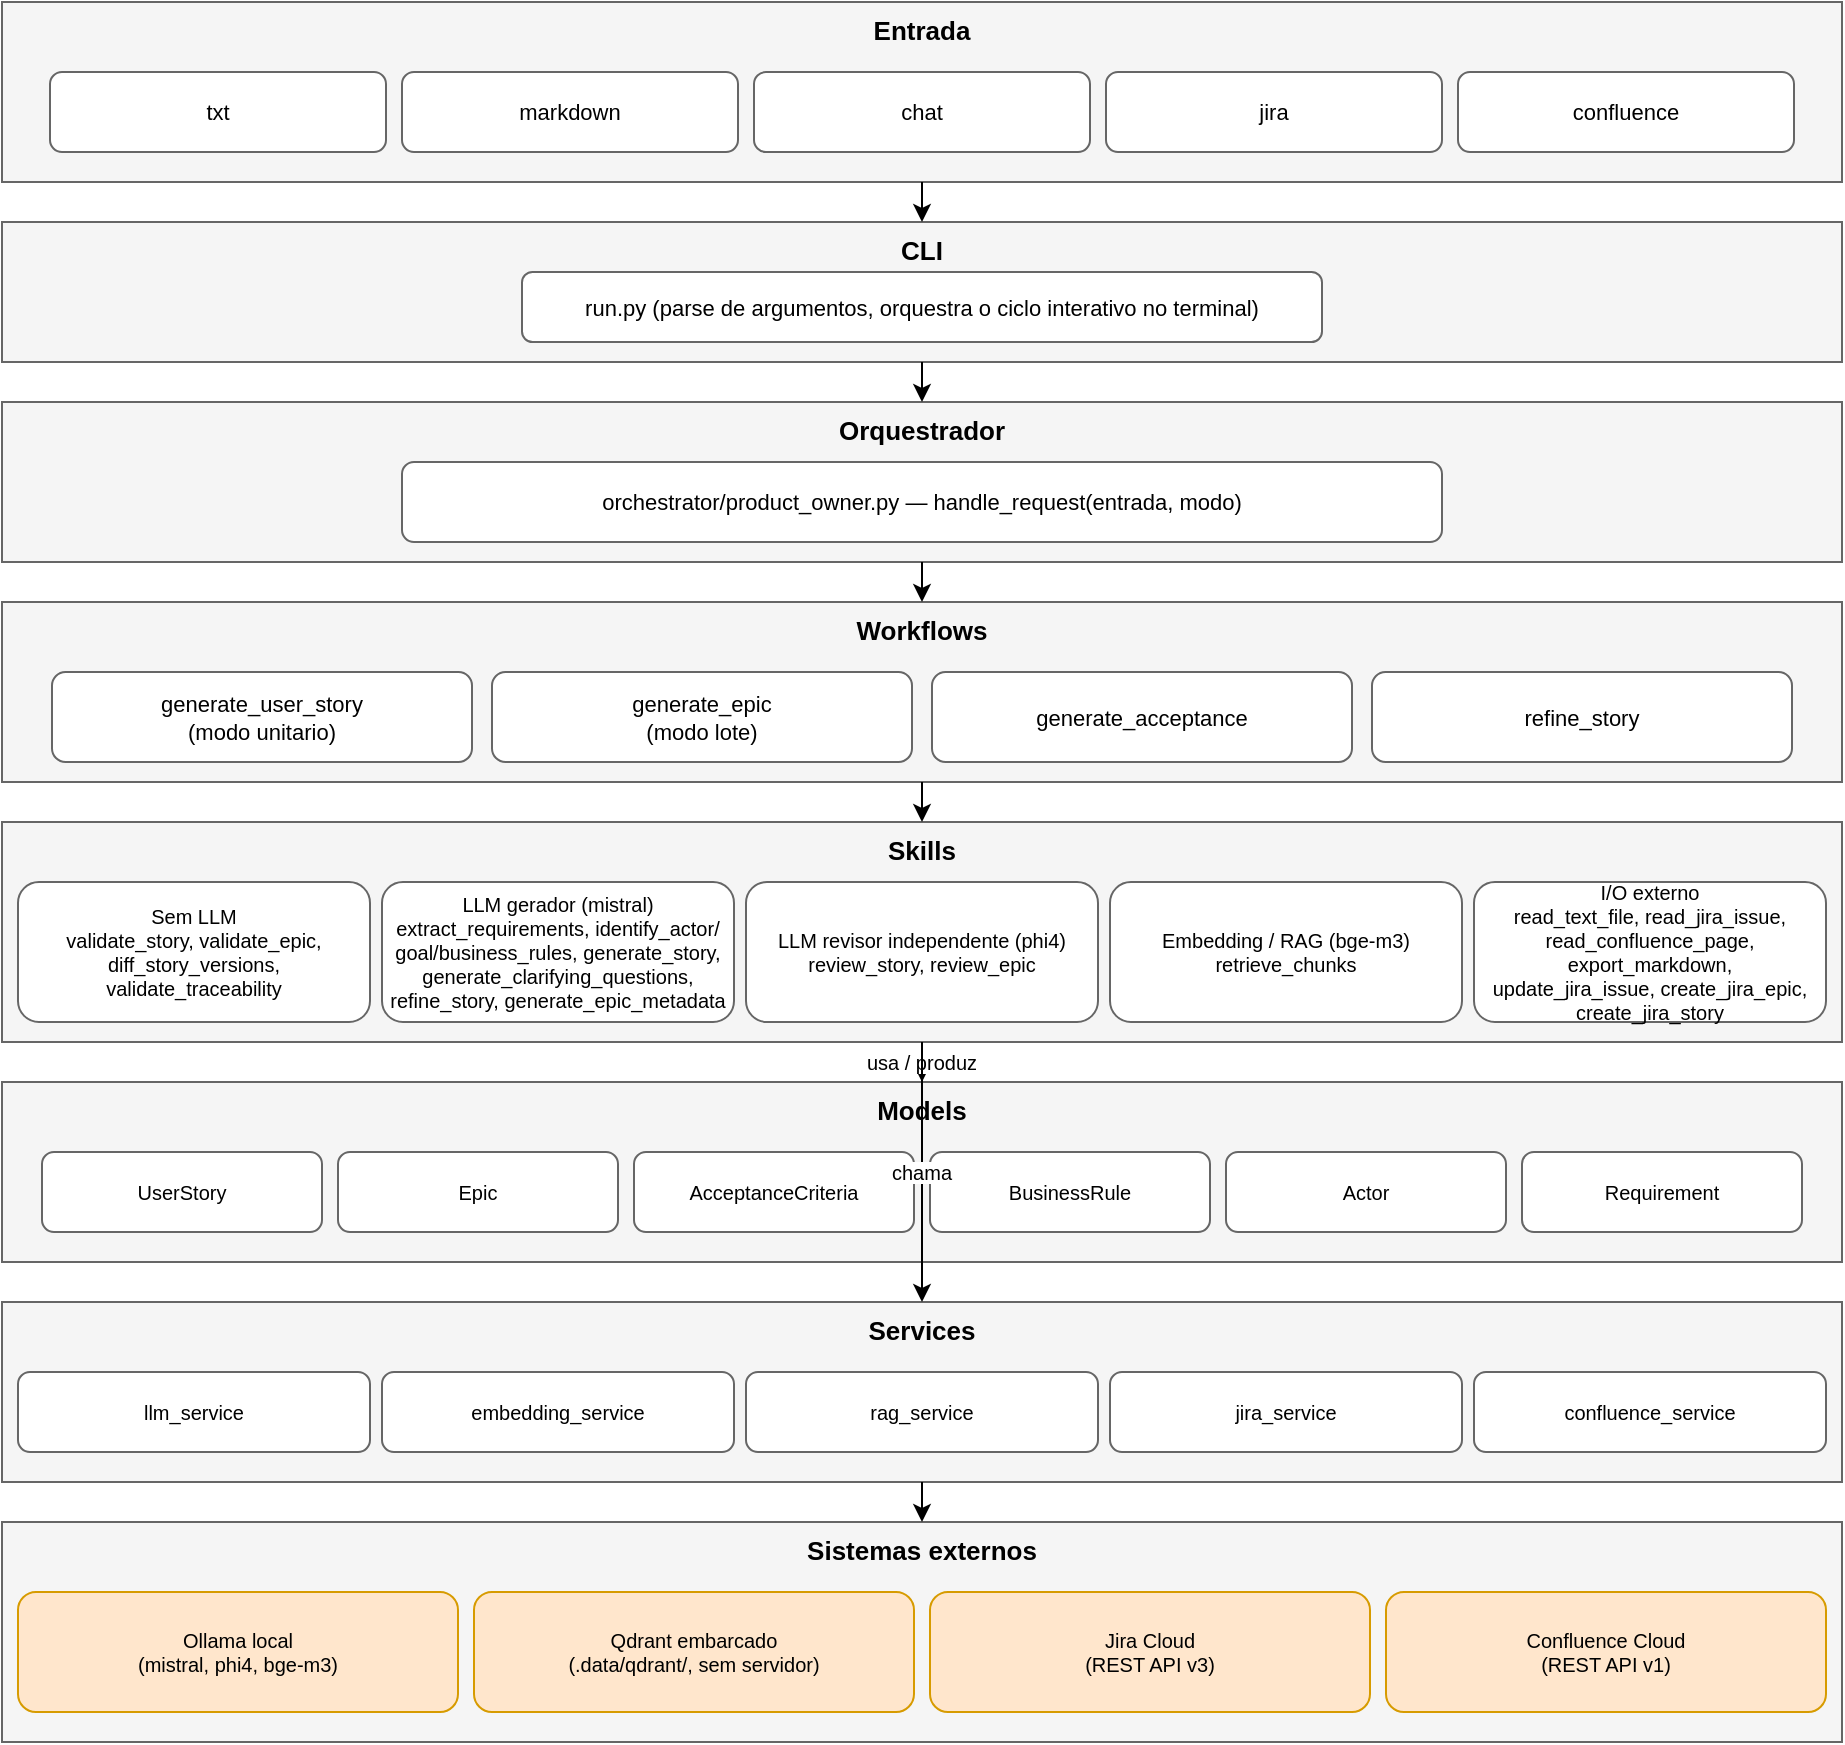
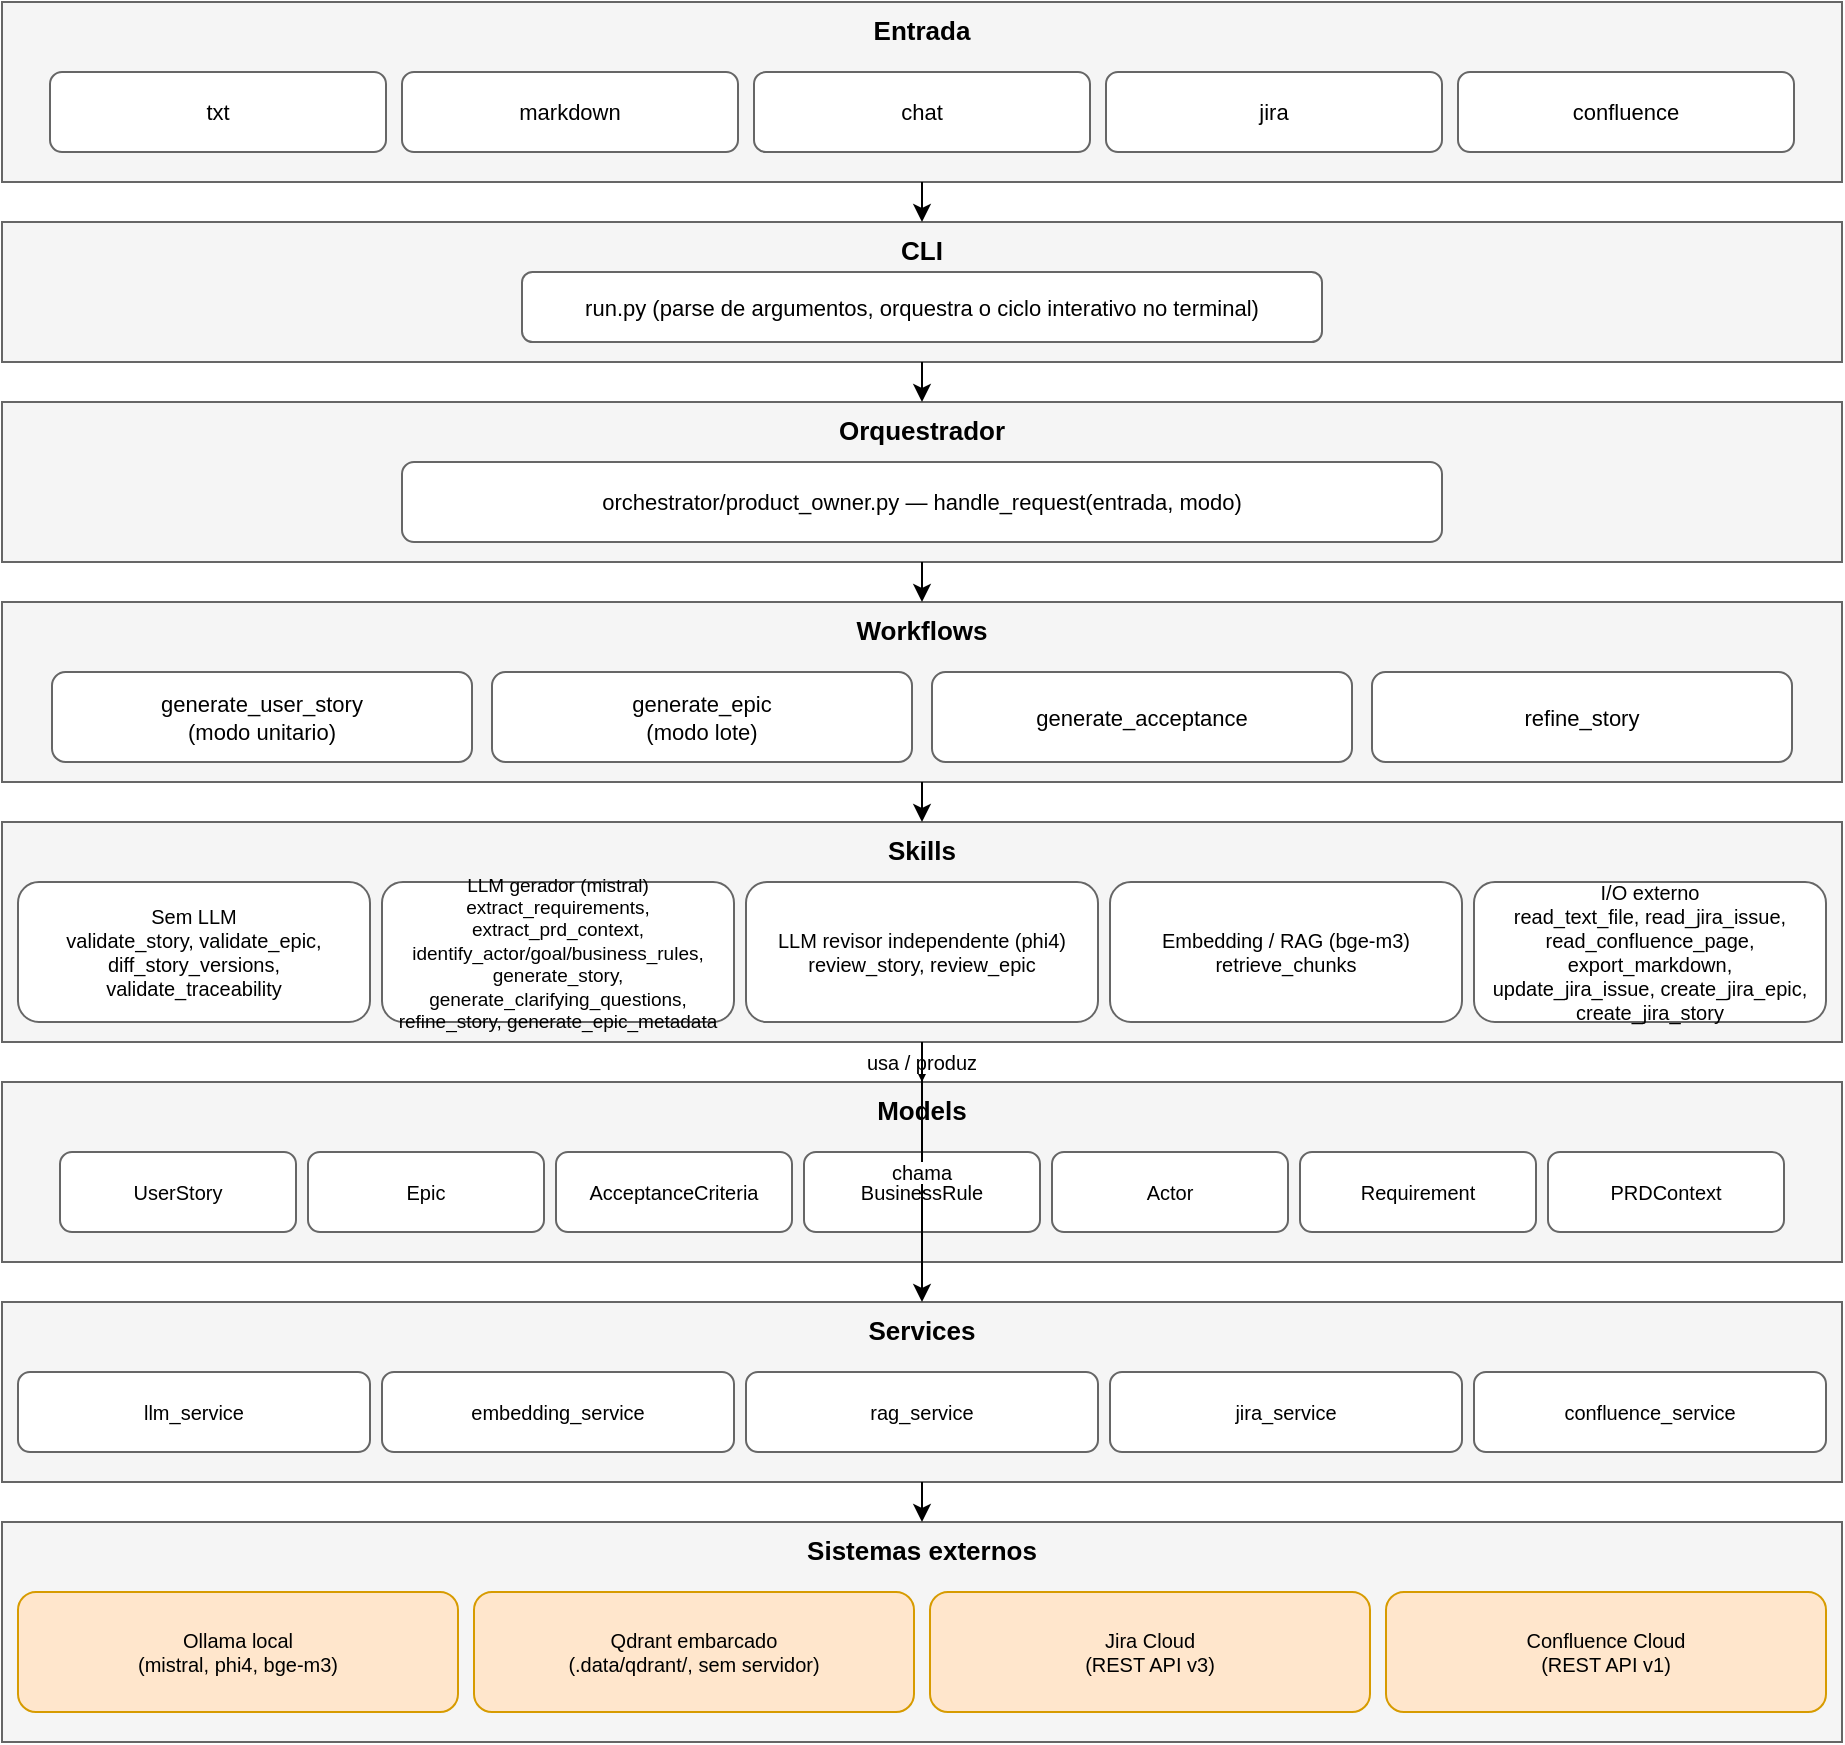
<?xml version="1.0" encoding="UTF-8"?>
<mxfile host="app.diagrams.net" agent="AQuA-QE Product Owner" version="24.0.0" type="device">
  <diagram id="camadas" name="1 - Arquitetura em camadas">
    <mxGraphModel dx="1200" dy="800" grid="1" gridSize="10" guides="1" tooltips="1" connect="1" arrows="1" fold="1" page="1" pageScale="1" pageWidth="1000" pageHeight="950" math="0" shadow="0">
      <root>
        <mxCell id="0" />
        <mxCell id="1" parent="0" />

        <mxCell id="bandEntrada" value="Entrada" style="rounded=0;whiteSpace=wrap;fillColor=#f5f5f5;strokeColor=#666666;verticalAlign=top;fontSize=13;fontStyle=1;container=1;collapsible=0;" vertex="1" parent="1">
          <mxGeometry x="40" y="40" width="920" height="90" as="geometry" />
        </mxCell>
        <mxCell id="ent1" value="txt" style="rounded=1;whiteSpace=wrap;fillColor=#ffffff;strokeColor=#666666;fontSize=11;" vertex="1" parent="bandEntrada">
          <mxGeometry x="24" y="35" width="168" height="40" as="geometry" />
        </mxCell>
        <mxCell id="ent2" value="markdown" style="rounded=1;whiteSpace=wrap;fillColor=#ffffff;strokeColor=#666666;fontSize=11;" vertex="1" parent="bandEntrada">
          <mxGeometry x="200" y="35" width="168" height="40" as="geometry" />
        </mxCell>
        <mxCell id="ent3" value="chat" style="rounded=1;whiteSpace=wrap;fillColor=#ffffff;strokeColor=#666666;fontSize=11;" vertex="1" parent="bandEntrada">
          <mxGeometry x="376" y="35" width="168" height="40" as="geometry" />
        </mxCell>
        <mxCell id="ent4" value="jira" style="rounded=1;whiteSpace=wrap;fillColor=#ffffff;strokeColor=#666666;fontSize=11;" vertex="1" parent="bandEntrada">
          <mxGeometry x="552" y="35" width="168" height="40" as="geometry" />
        </mxCell>
        <mxCell id="ent5" value="confluence" style="rounded=1;whiteSpace=wrap;fillColor=#ffffff;strokeColor=#666666;fontSize=11;" vertex="1" parent="bandEntrada">
          <mxGeometry x="728" y="35" width="168" height="40" as="geometry" />
        </mxCell>

        <mxCell id="bandCLI" value="CLI" style="rounded=0;whiteSpace=wrap;fillColor=#f5f5f5;strokeColor=#666666;verticalAlign=top;fontSize=13;fontStyle=1;container=1;collapsible=0;" vertex="1" parent="1">
          <mxGeometry x="40" y="150" width="920" height="70" as="geometry" />
        </mxCell>
        <mxCell id="cli1" value="run.py (parse de argumentos, orquestra o ciclo interativo no terminal)" style="rounded=1;whiteSpace=wrap;fillColor=#ffffff;strokeColor=#666666;fontSize=11;" vertex="1" parent="bandCLI">
          <mxGeometry x="260" y="25" width="400" height="35" as="geometry" />
        </mxCell>

        <mxCell id="bandOrq" value="Orquestrador" style="rounded=0;whiteSpace=wrap;fillColor=#f5f5f5;strokeColor=#666666;verticalAlign=top;fontSize=13;fontStyle=1;container=1;collapsible=0;" vertex="1" parent="1">
          <mxGeometry x="40" y="240" width="920" height="80" as="geometry" />
        </mxCell>
        <mxCell id="orq1" value="orchestrator/product_owner.py — handle_request(entrada, modo)" style="rounded=1;whiteSpace=wrap;fillColor=#ffffff;strokeColor=#666666;fontSize=11;" vertex="1" parent="bandOrq">
          <mxGeometry x="200" y="30" width="520" height="40" as="geometry" />
        </mxCell>

        <mxCell id="bandWorkflows" value="Workflows" style="rounded=0;whiteSpace=wrap;fillColor=#f5f5f5;strokeColor=#666666;verticalAlign=top;fontSize=13;fontStyle=1;container=1;collapsible=0;" vertex="1" parent="1">
          <mxGeometry x="40" y="340" width="920" height="90" as="geometry" />
        </mxCell>
        <mxCell id="wf1" value="generate_user_story&#10;(modo unitario)" style="rounded=1;whiteSpace=wrap;fillColor=#ffffff;strokeColor=#666666;fontSize=11;" vertex="1" parent="bandWorkflows">
          <mxGeometry x="25" y="35" width="210" height="45" as="geometry" />
        </mxCell>
        <mxCell id="wf2" value="generate_epic&#10;(modo lote)" style="rounded=1;whiteSpace=wrap;fillColor=#ffffff;strokeColor=#666666;fontSize=11;" vertex="1" parent="bandWorkflows">
          <mxGeometry x="245" y="35" width="210" height="45" as="geometry" />
        </mxCell>
        <mxCell id="wf3" value="generate_acceptance" style="rounded=1;whiteSpace=wrap;fillColor=#ffffff;strokeColor=#666666;fontSize=11;" vertex="1" parent="bandWorkflows">
          <mxGeometry x="465" y="35" width="210" height="45" as="geometry" />
        </mxCell>
        <mxCell id="wf4" value="refine_story" style="rounded=1;whiteSpace=wrap;fillColor=#ffffff;strokeColor=#666666;fontSize=11;" vertex="1" parent="bandWorkflows">
          <mxGeometry x="685" y="35" width="210" height="45" as="geometry" />
        </mxCell>

        <mxCell id="bandSkills" value="Skills" style="rounded=0;whiteSpace=wrap;fillColor=#f5f5f5;strokeColor=#666666;verticalAlign=top;fontSize=13;fontStyle=1;container=1;collapsible=0;" vertex="1" parent="1">
          <mxGeometry x="40" y="450" width="920" height="110" as="geometry" />
        </mxCell>
        <mxCell id="sk1" value="Sem LLM&#10;validate_story, validate_epic,&#10;diff_story_versions,&#10;validate_traceability" style="rounded=1;whiteSpace=wrap;fillColor=#ffffff;strokeColor=#666666;fontSize=10;" vertex="1" parent="bandSkills">
          <mxGeometry x="8" y="30" width="176" height="70" as="geometry" />
        </mxCell>
-         <mxCell id="sk2" value="LLM gerador (mistral)&#10;extract_requirements, identify_actor/&#10;goal/business_rules, generate_story,&#10;generate_clarifying_questions,&#10;refine_story, generate_epic_metadata" style="rounded=1;whiteSpace=wrap;fillColor=#ffffff;strokeColor=#666666;fontSize=10;" vertex="1" parent="bandSkills">
+         <mxCell id="sk2" value="LLM gerador (mistral)&#10;extract_requirements, extract_prd_context,&#10;identify_actor/goal/business_rules,&#10;generate_story, generate_clarifying_questions,&#10;refine_story, generate_epic_metadata" style="rounded=1;whiteSpace=wrap;fillColor=#ffffff;strokeColor=#666666;fontSize=9.5;" vertex="1" parent="bandSkills">
          <mxGeometry x="190" y="30" width="176" height="70" as="geometry" />
        </mxCell>
        <mxCell id="sk3" value="LLM revisor independente (phi4)&#10;review_story, review_epic" style="rounded=1;whiteSpace=wrap;fillColor=#ffffff;strokeColor=#666666;fontSize=10;" vertex="1" parent="bandSkills">
          <mxGeometry x="372" y="30" width="176" height="70" as="geometry" />
        </mxCell>
        <mxCell id="sk4" value="Embedding / RAG (bge-m3)&#10;retrieve_chunks" style="rounded=1;whiteSpace=wrap;fillColor=#ffffff;strokeColor=#666666;fontSize=10;" vertex="1" parent="bandSkills">
          <mxGeometry x="554" y="30" width="176" height="70" as="geometry" />
        </mxCell>
        <mxCell id="sk5" value="I/O externo&#10;read_text_file, read_jira_issue,&#10;read_confluence_page, export_markdown,&#10;update_jira_issue, create_jira_epic,&#10;create_jira_story" style="rounded=1;whiteSpace=wrap;fillColor=#ffffff;strokeColor=#666666;fontSize=10;" vertex="1" parent="bandSkills">
          <mxGeometry x="736" y="30" width="176" height="70" as="geometry" />
        </mxCell>

        <mxCell id="bandModels" value="Models" style="rounded=0;whiteSpace=wrap;fillColor=#f5f5f5;strokeColor=#666666;verticalAlign=top;fontSize=13;fontStyle=1;container=1;collapsible=0;" vertex="1" parent="1">
          <mxGeometry x="40" y="580" width="920" height="90" as="geometry" />
        </mxCell>
        <mxCell id="mdl1" value="UserStory" style="rounded=1;whiteSpace=wrap;fillColor=#ffffff;strokeColor=#666666;fontSize=10;" vertex="1" parent="bandModels">
-           <mxGeometry x="20" y="35" width="140" height="40" as="geometry" />
+           <mxGeometry x="29" y="35" width="118" height="40" as="geometry" />
        </mxCell>
        <mxCell id="mdl2" value="Epic" style="rounded=1;whiteSpace=wrap;fillColor=#ffffff;strokeColor=#666666;fontSize=10;" vertex="1" parent="bandModels">
-           <mxGeometry x="168" y="35" width="140" height="40" as="geometry" />
+           <mxGeometry x="153" y="35" width="118" height="40" as="geometry" />
        </mxCell>
        <mxCell id="mdl3" value="AcceptanceCriteria" style="rounded=1;whiteSpace=wrap;fillColor=#ffffff;strokeColor=#666666;fontSize=10;" vertex="1" parent="bandModels">
-           <mxGeometry x="316" y="35" width="140" height="40" as="geometry" />
+           <mxGeometry x="277" y="35" width="118" height="40" as="geometry" />
        </mxCell>
        <mxCell id="mdl4" value="BusinessRule" style="rounded=1;whiteSpace=wrap;fillColor=#ffffff;strokeColor=#666666;fontSize=10;" vertex="1" parent="bandModels">
-           <mxGeometry x="464" y="35" width="140" height="40" as="geometry" />
+           <mxGeometry x="401" y="35" width="118" height="40" as="geometry" />
        </mxCell>
        <mxCell id="mdl5" value="Actor" style="rounded=1;whiteSpace=wrap;fillColor=#ffffff;strokeColor=#666666;fontSize=10;" vertex="1" parent="bandModels">
-           <mxGeometry x="612" y="35" width="140" height="40" as="geometry" />
+           <mxGeometry x="525" y="35" width="118" height="40" as="geometry" />
        </mxCell>
        <mxCell id="mdl6" value="Requirement" style="rounded=1;whiteSpace=wrap;fillColor=#ffffff;strokeColor=#666666;fontSize=10;" vertex="1" parent="bandModels">
-           <mxGeometry x="760" y="35" width="140" height="40" as="geometry" />
+           <mxGeometry x="649" y="35" width="118" height="40" as="geometry" />
+         </mxCell>
+         <mxCell id="mdl7" value="PRDContext" style="rounded=1;whiteSpace=wrap;fillColor=#ffffff;strokeColor=#666666;fontSize=10;" vertex="1" parent="bandModels">
+           <mxGeometry x="773" y="35" width="118" height="40" as="geometry" />
        </mxCell>

        <mxCell id="bandServices" value="Services" style="rounded=0;whiteSpace=wrap;fillColor=#f5f5f5;strokeColor=#666666;verticalAlign=top;fontSize=13;fontStyle=1;container=1;collapsible=0;" vertex="1" parent="1">
          <mxGeometry x="40" y="690" width="920" height="90" as="geometry" />
        </mxCell>
        <mxCell id="svc1" value="llm_service" style="rounded=1;whiteSpace=wrap;fillColor=#ffffff;strokeColor=#666666;fontSize=10;" vertex="1" parent="bandServices">
          <mxGeometry x="8" y="35" width="176" height="40" as="geometry" />
        </mxCell>
        <mxCell id="svc2" value="embedding_service" style="rounded=1;whiteSpace=wrap;fillColor=#ffffff;strokeColor=#666666;fontSize=10;" vertex="1" parent="bandServices">
          <mxGeometry x="190" y="35" width="176" height="40" as="geometry" />
        </mxCell>
        <mxCell id="svc3" value="rag_service" style="rounded=1;whiteSpace=wrap;fillColor=#ffffff;strokeColor=#666666;fontSize=10;" vertex="1" parent="bandServices">
          <mxGeometry x="372" y="35" width="176" height="40" as="geometry" />
        </mxCell>
        <mxCell id="svc4" value="jira_service" style="rounded=1;whiteSpace=wrap;fillColor=#ffffff;strokeColor=#666666;fontSize=10;" vertex="1" parent="bandServices">
          <mxGeometry x="554" y="35" width="176" height="40" as="geometry" />
        </mxCell>
        <mxCell id="svc5" value="confluence_service" style="rounded=1;whiteSpace=wrap;fillColor=#ffffff;strokeColor=#666666;fontSize=10;" vertex="1" parent="bandServices">
          <mxGeometry x="736" y="35" width="176" height="40" as="geometry" />
        </mxCell>

        <mxCell id="bandExternos" value="Sistemas externos" style="rounded=0;whiteSpace=wrap;fillColor=#f5f5f5;strokeColor=#666666;verticalAlign=top;fontSize=13;fontStyle=1;container=1;collapsible=0;" vertex="1" parent="1">
          <mxGeometry x="40" y="800" width="920" height="110" as="geometry" />
        </mxCell>
        <mxCell id="ext1" value="Ollama local&#10;(mistral, phi4, bge-m3)" style="rounded=1;whiteSpace=wrap;fillColor=#ffe6cc;strokeColor=#d79b00;fontSize=10;" vertex="1" parent="bandExternos">
          <mxGeometry x="8" y="35" width="220" height="60" as="geometry" />
        </mxCell>
        <mxCell id="ext2" value="Qdrant embarcado&#10;(.data/qdrant/, sem servidor)" style="rounded=1;whiteSpace=wrap;fillColor=#ffe6cc;strokeColor=#d79b00;fontSize=10;" vertex="1" parent="bandExternos">
          <mxGeometry x="236" y="35" width="220" height="60" as="geometry" />
        </mxCell>
        <mxCell id="ext3" value="Jira Cloud&#10;(REST API v3)" style="rounded=1;whiteSpace=wrap;fillColor=#ffe6cc;strokeColor=#d79b00;fontSize=10;" vertex="1" parent="bandExternos">
          <mxGeometry x="464" y="35" width="220" height="60" as="geometry" />
        </mxCell>
        <mxCell id="ext4" value="Confluence Cloud&#10;(REST API v1)" style="rounded=1;whiteSpace=wrap;fillColor=#ffe6cc;strokeColor=#d79b00;fontSize=10;" vertex="1" parent="bandExternos">
          <mxGeometry x="692" y="35" width="220" height="60" as="geometry" />
        </mxCell>

        <mxCell id="e1" style="edgeStyle=orthogonalEdgeStyle;rounded=0;" edge="1" parent="1" source="bandEntrada" target="bandCLI"><mxGeometry relative="1" as="geometry" /></mxCell>
        <mxCell id="e2" style="edgeStyle=orthogonalEdgeStyle;rounded=0;" edge="1" parent="1" source="bandCLI" target="bandOrq"><mxGeometry relative="1" as="geometry" /></mxCell>
        <mxCell id="e3" style="edgeStyle=orthogonalEdgeStyle;rounded=0;" edge="1" parent="1" source="bandOrq" target="bandWorkflows"><mxGeometry relative="1" as="geometry" /></mxCell>
        <mxCell id="e4" style="edgeStyle=orthogonalEdgeStyle;rounded=0;" edge="1" parent="1" source="bandWorkflows" target="bandSkills"><mxGeometry relative="1" as="geometry" /></mxCell>
        <mxCell id="e5" value="usa / produz" style="edgeStyle=orthogonalEdgeStyle;rounded=0;fontSize=10;" edge="1" parent="1" source="bandSkills" target="bandModels"><mxGeometry relative="1" as="geometry" /></mxCell>
        <mxCell id="e6" value="chama" style="edgeStyle=orthogonalEdgeStyle;rounded=0;fontSize=10;" edge="1" parent="1" source="bandSkills" target="bandServices"><mxGeometry relative="1" as="geometry" /></mxCell>
        <mxCell id="e7" style="edgeStyle=orthogonalEdgeStyle;rounded=0;" edge="1" parent="1" source="bandServices" target="bandExternos"><mxGeometry relative="1" as="geometry" /></mxCell>
      </root>
    </mxGraphModel>
  </diagram>

  <diagram id="fluxounitario" name="2 - Fluxo modo unitario">
    <mxGraphModel dx="1200" dy="800" grid="1" gridSize="10" guides="1" tooltips="1" connect="1" arrows="1" fold="1" page="1" pageScale="1" pageWidth="1100" pageHeight="1460" math="0" shadow="0">
      <root>
        <mxCell id="0" />
        <mxCell id="1" parent="0" />

        <mxCell id="u_n1" value="Entrada&#10;(.txt/.md, chat ou ticket Jira)" style="ellipse;whiteSpace=wrap;fillColor=#d5e8d4;strokeColor=#82b366;fontSize=12;" vertex="1" parent="1">
          <mxGeometry x="380" y="40" width="300" height="60" as="geometry" />
        </mxCell>
        <mxCell id="u_n2" value="read_text_file / read_jira_issue" style="rounded=1;whiteSpace=wrap;fillColor=#dae8fc;strokeColor=#6c8ebf;fontSize=12;" vertex="1" parent="1">
          <mxGeometry x="380" y="130" width="300" height="50" as="geometry" />
        </mxCell>
        <mxCell id="u_n3" value="extract_requirements" style="rounded=1;whiteSpace=wrap;fillColor=#dae8fc;strokeColor=#6c8ebf;fontSize=12;" vertex="1" parent="1">
          <mxGeometry x="380" y="210" width="300" height="50" as="geometry" />
        </mxCell>
        <mxCell id="u_n4" value="retrieve_chunks (opcional)&#10;RAG sobre knowledge/methodology/" style="rounded=1;whiteSpace=wrap;fillColor=#f5f5f5;strokeColor=#666666;dashed=1;fontSize=11;" vertex="1" parent="1">
          <mxGeometry x="380" y="290" width="300" height="50" as="geometry" />
        </mxCell>
        <mxCell id="u_n5" value="identify_actor / identify_goal /&#10;identify_business_rules" style="rounded=1;whiteSpace=wrap;fillColor=#dae8fc;strokeColor=#6c8ebf;fontSize=12;" vertex="1" parent="1">
          <mxGeometry x="380" y="370" width="300" height="60" as="geometry" />
        </mxCell>
        <mxCell id="u_n6" value="generate_story (LLM gerador - mistral)" style="rounded=1;whiteSpace=wrap;fillColor=#dae8fc;strokeColor=#6c8ebf;fontSize=12;" vertex="1" parent="1">
          <mxGeometry x="380" y="460" width="300" height="50" as="geometry" />
        </mxCell>
        <mxCell id="u_d1" value="validate_story:&#10;passa no checklist&#10;INVEST/DoR?" style="rhombus;whiteSpace=wrap;fillColor=#ffe6cc;strokeColor=#d79b00;fontSize=12;" vertex="1" parent="1">
          <mxGeometry x="380" y="540" width="300" height="100" as="geometry" />
        </mxCell>
        <mxCell id="u_b1" value="PENDING_CLARIFICATION&#10;(RULE-004): agente para e pede&#10;esclarecimento ao usuario" style="rounded=1;whiteSpace=wrap;fillColor=#f8cecc;strokeColor=#b85450;dashed=1;fontSize=11;" vertex="1" parent="1">
          <mxGeometry x="760" y="555" width="280" height="70" as="geometry" />
        </mxCell>
        <mxCell id="u_n7" value="review_story (LLM revisor - phi4)" style="rounded=1;whiteSpace=wrap;fillColor=#dae8fc;strokeColor=#6c8ebf;fontSize=12;" vertex="1" parent="1">
          <mxGeometry x="380" y="670" width="300" height="50" as="geometry" />
        </mxCell>
        <mxCell id="u_d2" value="Aprovado pelo&#10;revisor independente?" style="rhombus;whiteSpace=wrap;fillColor=#ffe6cc;strokeColor=#d79b00;fontSize=12;" vertex="1" parent="1">
          <mxGeometry x="380" y="750" width="300" height="100" as="geometry" />
        </mxCell>
        <mxCell id="u_b2" value="Ver Diagrama 4:&#10;Ciclo de refinamento&#10;humano-no-loop" style="shape=process;whiteSpace=wrap;fillColor=#fff2cc;strokeColor=#d6b656;fontSize=11;" vertex="1" parent="1">
          <mxGeometry x="760" y="765" width="280" height="70" as="geometry" />
        </mxCell>
        <mxCell id="u_n8" value="export_markdown&#10;(status: draft_validated)" style="rounded=1;whiteSpace=wrap;fillColor=#dae8fc;strokeColor=#6c8ebf;fontSize=12;" vertex="1" parent="1">
          <mxGeometry x="380" y="880" width="300" height="50" as="geometry" />
        </mxCell>
        <mxCell id="u_d3" value="Aceite humano&#10;explicito?" style="rhombus;whiteSpace=wrap;fillColor=#ffe6cc;strokeColor=#d79b00;fontSize=12;" vertex="1" parent="1">
          <mxGeometry x="380" y="960" width="300" height="100" as="geometry" />
        </mxCell>
        <mxCell id="u_b3" value="Nao aceito:&#10;permanece draft_validated&#10;(aguardando novo ciclo)" style="rounded=1;whiteSpace=wrap;fillColor=#f8cecc;strokeColor=#b85450;dashed=1;fontSize=11;" vertex="1" parent="1">
          <mxGeometry x="760" y="975" width="280" height="70" as="geometry" />
        </mxCell>
        <mxCell id="u_n9" value="status: ACCEPTED" style="rounded=1;whiteSpace=wrap;fillColor=#d5e8d4;strokeColor=#82b366;fontSize=12;fontStyle=1;" vertex="1" parent="1">
          <mxGeometry x="380" y="1090" width="300" height="50" as="geometry" />
        </mxCell>
        <mxCell id="u_d4" value="Origem era um&#10;ticket Jira?" style="rhombus;whiteSpace=wrap;fillColor=#ffe6cc;strokeColor=#d79b00;fontSize=12;" vertex="1" parent="1">
          <mxGeometry x="380" y="1170" width="300" height="100" as="geometry" />
        </mxCell>
        <mxCell id="u_n10" value="update_jira_issue&#10;(write-back no ticket, sob confirmacao)" style="rounded=1;whiteSpace=wrap;fillColor=#dae8fc;strokeColor=#6c8ebf;fontSize=12;" vertex="1" parent="1">
          <mxGeometry x="380" y="1300" width="300" height="50" as="geometry" />
        </mxCell>
        <mxCell id="u_end" value="Fim" style="ellipse;whiteSpace=wrap;fillColor=#d5e8d4;strokeColor=#82b366;fontSize=12;" vertex="1" parent="1">
          <mxGeometry x="380" y="1390" width="300" height="50" as="geometry" />
        </mxCell>

        <mxCell id="ue1" style="edgeStyle=orthogonalEdgeStyle;rounded=0;" edge="1" parent="1" source="u_n1" target="u_n2"><mxGeometry relative="1" as="geometry" /></mxCell>
        <mxCell id="ue2" style="edgeStyle=orthogonalEdgeStyle;rounded=0;" edge="1" parent="1" source="u_n2" target="u_n3"><mxGeometry relative="1" as="geometry" /></mxCell>
        <mxCell id="ue3" style="edgeStyle=orthogonalEdgeStyle;rounded=0;" edge="1" parent="1" source="u_n3" target="u_n4"><mxGeometry relative="1" as="geometry" /></mxCell>
        <mxCell id="ue4" style="edgeStyle=orthogonalEdgeStyle;rounded=0;" edge="1" parent="1" source="u_n4" target="u_n5"><mxGeometry relative="1" as="geometry" /></mxCell>
        <mxCell id="ue5" style="edgeStyle=orthogonalEdgeStyle;rounded=0;" edge="1" parent="1" source="u_n5" target="u_n6"><mxGeometry relative="1" as="geometry" /></mxCell>
        <mxCell id="ue6" style="edgeStyle=orthogonalEdgeStyle;rounded=0;" edge="1" parent="1" source="u_n6" target="u_d1"><mxGeometry relative="1" as="geometry" /></mxCell>
        <mxCell id="ue7" value="Nao" style="edgeStyle=orthogonalEdgeStyle;rounded=0;fontSize=11;" edge="1" parent="1" source="u_d1" target="u_b1"><mxGeometry relative="1" as="geometry" /></mxCell>
        <mxCell id="ue8" value="Sim" style="edgeStyle=orthogonalEdgeStyle;rounded=0;fontSize=11;" edge="1" parent="1" source="u_d1" target="u_n7"><mxGeometry relative="1" as="geometry" /></mxCell>
        <mxCell id="ue9" style="edgeStyle=orthogonalEdgeStyle;rounded=0;" edge="1" parent="1" source="u_n7" target="u_d2"><mxGeometry relative="1" as="geometry" /></mxCell>
        <mxCell id="ue10" value="Nao" style="edgeStyle=orthogonalEdgeStyle;rounded=0;fontSize=11;" edge="1" parent="1" source="u_d2" target="u_b2"><mxGeometry relative="1" as="geometry" /></mxCell>
        <mxCell id="ue11" value="Sim" style="edgeStyle=orthogonalEdgeStyle;rounded=0;fontSize=11;" edge="1" parent="1" source="u_d2" target="u_n8"><mxGeometry relative="1" as="geometry" /></mxCell>
        <mxCell id="ue12" value="story refinada&#10;(revalidar)" style="edgeStyle=orthogonalEdgeStyle;rounded=0;fontSize=10;exitX=1;exitY=0;entryX=1;entryY=0.5;" edge="1" parent="1" source="u_b2" target="u_d1"><mxGeometry relative="1" as="geometry" /></mxCell>
        <mxCell id="ue13" style="edgeStyle=orthogonalEdgeStyle;rounded=0;" edge="1" parent="1" source="u_n8" target="u_d3"><mxGeometry relative="1" as="geometry" /></mxCell>
        <mxCell id="ue14" value="Nao" style="edgeStyle=orthogonalEdgeStyle;rounded=0;fontSize=11;" edge="1" parent="1" source="u_d3" target="u_b3"><mxGeometry relative="1" as="geometry" /></mxCell>
        <mxCell id="ue15" value="Sim" style="edgeStyle=orthogonalEdgeStyle;rounded=0;fontSize=11;" edge="1" parent="1" source="u_d3" target="u_n9"><mxGeometry relative="1" as="geometry" /></mxCell>
        <mxCell id="ue16" style="edgeStyle=orthogonalEdgeStyle;rounded=0;" edge="1" parent="1" source="u_n9" target="u_d4"><mxGeometry relative="1" as="geometry" /></mxCell>
        <mxCell id="ue17" value="Sim" style="edgeStyle=orthogonalEdgeStyle;rounded=0;fontSize=11;" edge="1" parent="1" source="u_d4" target="u_n10"><mxGeometry relative="1" as="geometry" /></mxCell>
        <mxCell id="ue18" value="Nao" style="edgeStyle=orthogonalEdgeStyle;rounded=0;fontSize=11;exitX=0;exitY=0.5;entryX=0;entryY=0.5;" edge="1" parent="1" source="u_d4" target="u_end"><mxGeometry relative="1" as="geometry" /></mxCell>
        <mxCell id="ue19" style="edgeStyle=orthogonalEdgeStyle;rounded=0;" edge="1" parent="1" source="u_n10" target="u_end"><mxGeometry relative="1" as="geometry" /></mxCell>
      </root>
    </mxGraphModel>
  </diagram>

  <diagram id="fluxoepico" name="3 - Fluxo modo lote (Epico)">
-     <mxGraphModel dx="1200" dy="800" grid="1" gridSize="10" guides="1" tooltips="1" connect="1" arrows="1" fold="1" page="1" pageScale="1" pageWidth="1150" pageHeight="1900" math="0" shadow="0">
+     <mxGraphModel dx="1200" dy="800" grid="1" gridSize="10" guides="1" tooltips="1" connect="1" arrows="1" fold="1" page="1" pageScale="1" pageWidth="1150" pageHeight="1980" math="0" shadow="0">
      <root>
        <mxCell id="0" />
        <mxCell id="1" parent="0" />

        <mxCell id="e_n1" value="Entrada completa&#10;(.txt/.md ou pagina Confluence)" style="ellipse;whiteSpace=wrap;fillColor=#d5e8d4;strokeColor=#82b366;fontSize=12;" vertex="1" parent="1">
          <mxGeometry x="380" y="40" width="340" height="60" as="geometry" />
        </mxCell>
        <mxCell id="e_n2" value="read_text_file / read_confluence_page" style="rounded=1;whiteSpace=wrap;fillColor=#dae8fc;strokeColor=#6c8ebf;fontSize=12;" vertex="1" parent="1">
          <mxGeometry x="380" y="130" width="340" height="50" as="geometry" />
        </mxCell>
        <mxCell id="e_n3" value="extract_requirements&#10;(lista de requisitos candidatos)" style="rounded=1;whiteSpace=wrap;fillColor=#dae8fc;strokeColor=#6c8ebf;fontSize=12;" vertex="1" parent="1">
          <mxGeometry x="380" y="210" width="340" height="50" as="geometry" />
        </mxCell>
+         <mxCell id="e_n3b" value="extract_prd_context&#10;(visao, requisitos nao funcionais, riscos,&#10;criterios de sucesso, restricoes, dependencias)" style="rounded=1;whiteSpace=wrap;fillColor=#dae8fc;strokeColor=#6c8ebf;fontSize=11;" vertex="1" parent="1">
+           <mxGeometry x="380" y="290" width="340" height="60" as="geometry" />
+         </mxCell>
        <mxCell id="e_n4" value="generate_epic_metadata&#10;(texto + requisitos -- SEM stories ainda)" style="rounded=1;whiteSpace=wrap;fillColor=#dae8fc;strokeColor=#6c8ebf;fontSize=12;" vertex="1" parent="1">
-           <mxGeometry x="380" y="290" width="340" height="50" as="geometry" />
+           <mxGeometry x="380" y="380" width="340" height="50" as="geometry" />
        </mxCell>
        <mxCell id="e_n5" value="validate_epic (checklist Python puro)" style="rounded=1;whiteSpace=wrap;fillColor=#dae8fc;strokeColor=#6c8ebf;fontSize=12;" vertex="1" parent="1">
-           <mxGeometry x="380" y="370" width="340" height="50" as="geometry" />
+           <mxGeometry x="380" y="460" width="340" height="50" as="geometry" />
        </mxCell>
        <mxCell id="e_d0" value="Continuar e gerar as&#10;User Stories deste Epico?" style="rhombus;whiteSpace=wrap;fillColor=#ffe6cc;strokeColor=#d79b00;fontSize=12;fontStyle=1;" vertex="1" parent="1">
-           <mxGeometry x="380" y="450" width="340" height="100" as="geometry" />
+           <mxGeometry x="380" y="540" width="340" height="100" as="geometry" />
        </mxCell>
        <mxCell id="e_bstop" value="Execucao interrompida:&#10;nenhuma User Story foi gerada" style="rounded=1;whiteSpace=wrap;fillColor=#f8cecc;strokeColor=#b85450;dashed=1;fontSize=11;" vertex="1" parent="1">
-           <mxGeometry x="800" y="470" width="300" height="60" as="geometry" />
+           <mxGeometry x="800" y="560" width="300" height="60" as="geometry" />
        </mxCell>
        <mxCell id="e_note1" value="Para cada requisito extraido:" style="text;align=center;fontStyle=2;fontSize=11;" vertex="1" parent="1">
-           <mxGeometry x="380" y="580" width="340" height="30" as="geometry" />
+           <mxGeometry x="380" y="670" width="340" height="30" as="geometry" />
        </mxCell>
        <mxCell id="e_n6" value="identify_actor / identify_goal /&#10;identify_business_rules" style="rounded=1;whiteSpace=wrap;fillColor=#dae8fc;strokeColor=#6c8ebf;fontSize=12;" vertex="1" parent="1">
-           <mxGeometry x="380" y="620" width="340" height="60" as="geometry" />
+           <mxGeometry x="380" y="710" width="340" height="60" as="geometry" />
        </mxCell>
        <mxCell id="e_d1" value="Ator e objetivo&#10;identificados com confianca?" style="rhombus;whiteSpace=wrap;fillColor=#ffe6cc;strokeColor=#d79b00;fontSize=12;" vertex="1" parent="1">
-           <mxGeometry x="380" y="700" width="340" height="100" as="geometry" />
+           <mxGeometry x="380" y="790" width="340" height="100" as="geometry" />
        </mxCell>
        <mxCell id="e_n7" value="Nao: unresolved_items += item&#10;(nao trava o restante do lote)" style="rounded=1;whiteSpace=wrap;fillColor=#f8cecc;strokeColor=#b85450;dashed=1;fontSize=11;" vertex="1" parent="1">
-           <mxGeometry x="800" y="720" width="300" height="60" as="geometry" />
+           <mxGeometry x="800" y="810" width="300" height="60" as="geometry" />
        </mxCell>
        <mxCell id="e_n8" value="Sim: gera a story completa&#10;(mesmo pipeline do Diagrama 2:&#10;generate_story -&gt; validate_story -&gt; review_story)" style="shape=process;whiteSpace=wrap;fillColor=#fff2cc;strokeColor=#d6b656;fontSize=11;" vertex="1" parent="1">
-           <mxGeometry x="380" y="820" width="340" height="70" as="geometry" />
+           <mxGeometry x="380" y="910" width="340" height="70" as="geometry" />
        </mxCell>
        <mxCell id="e_n9" value="story draft_validated adicionada&#10;a epic.stories" style="rounded=1;whiteSpace=wrap;fillColor=#dae8fc;strokeColor=#6c8ebf;fontSize=12;" vertex="1" parent="1">
-           <mxGeometry x="380" y="910" width="340" height="50" as="geometry" />
+           <mxGeometry x="380" y="1000" width="340" height="50" as="geometry" />
        </mxCell>
        <mxCell id="e_n10" value="validate_traceability:&#10;stories_duplicadas, stories_sem_valor,&#10;requisitos_orfaos" style="rounded=1;whiteSpace=wrap;fillColor=#dae8fc;strokeColor=#6c8ebf;fontSize=12;" vertex="1" parent="1">
-           <mxGeometry x="380" y="1000" width="340" height="60" as="geometry" />
+           <mxGeometry x="380" y="1090" width="340" height="60" as="geometry" />
        </mxCell>
        <mxCell id="e_n11" value="review_epic (LLM revisor - phi4,&#10;agora com as stories existentes)" style="rounded=1;whiteSpace=wrap;fillColor=#dae8fc;strokeColor=#6c8ebf;fontSize=12;" vertex="1" parent="1">
-           <mxGeometry x="380" y="1090" width="340" height="60" as="geometry" />
+           <mxGeometry x="380" y="1180" width="340" height="60" as="geometry" />
        </mxCell>
        <mxCell id="e_n12" value="Refinamento por story&#10;(ver Diagrama 4, por story reprovada)" style="shape=process;whiteSpace=wrap;fillColor=#fff2cc;strokeColor=#d6b656;fontSize=11;" vertex="1" parent="1">
-           <mxGeometry x="380" y="1180" width="340" height="60" as="geometry" />
+           <mxGeometry x="380" y="1270" width="340" height="60" as="geometry" />
        </mxCell>
        <mxCell id="e_d2" value="Aceite humano&#10;explicito do Epico?" style="rhombus;whiteSpace=wrap;fillColor=#ffe6cc;strokeColor=#d79b00;fontSize=12;" vertex="1" parent="1">
-           <mxGeometry x="380" y="1270" width="340" height="100" as="geometry" />
+           <mxGeometry x="380" y="1360" width="340" height="100" as="geometry" />
        </mxCell>
        <mxCell id="e_bno" value="Permanece draft_validated /&#10;pending_clarification" style="rounded=1;whiteSpace=wrap;fillColor=#f8cecc;strokeColor=#b85450;dashed=1;fontSize=11;" vertex="1" parent="1">
-           <mxGeometry x="800" y="1290" width="300" height="60" as="geometry" />
+           <mxGeometry x="800" y="1380" width="300" height="60" as="geometry" />
        </mxCell>
        <mxCell id="e_n13" value="status Epico: ACCEPTED" style="rounded=1;whiteSpace=wrap;fillColor=#d5e8d4;strokeColor=#82b366;fontSize=12;fontStyle=1;" vertex="1" parent="1">
-           <mxGeometry x="380" y="1400" width="340" height="50" as="geometry" />
+           <mxGeometry x="380" y="1490" width="340" height="50" as="geometry" />
        </mxCell>
        <mxCell id="e_d3" value="Usuario pediu&#10;--criar-jira?" style="rhombus;whiteSpace=wrap;fillColor=#ffe6cc;strokeColor=#d79b00;fontSize=12;" vertex="1" parent="1">
-           <mxGeometry x="380" y="1480" width="340" height="100" as="geometry" />
+           <mxGeometry x="380" y="1570" width="340" height="100" as="geometry" />
        </mxCell>
        <mxCell id="e_n14" value="create_jira_epic -&gt; cria ticket Epico" style="rounded=1;whiteSpace=wrap;fillColor=#dae8fc;strokeColor=#6c8ebf;fontSize=12;" vertex="1" parent="1">
-           <mxGeometry x="380" y="1610" width="340" height="50" as="geometry" />
+           <mxGeometry x="380" y="1700" width="340" height="50" as="geometry" />
        </mxCell>
        <mxCell id="e_n15" value="create_jira_story (para cada story)&#10;-&gt; cria tickets filhos" style="rounded=1;whiteSpace=wrap;fillColor=#dae8fc;strokeColor=#6c8ebf;fontSize=12;" vertex="1" parent="1">
-           <mxGeometry x="380" y="1690" width="340" height="50" as="geometry" />
+           <mxGeometry x="380" y="1780" width="340" height="50" as="geometry" />
        </mxCell>
        <mxCell id="e_end" value="Fim" style="ellipse;whiteSpace=wrap;fillColor=#d5e8d4;strokeColor=#82b366;fontSize=12;" vertex="1" parent="1">
-           <mxGeometry x="380" y="1770" width="340" height="50" as="geometry" />
+           <mxGeometry x="380" y="1860" width="340" height="50" as="geometry" />
        </mxCell>

        <mxCell id="ee1" style="edgeStyle=orthogonalEdgeStyle;rounded=0;" edge="1" parent="1" source="e_n1" target="e_n2"><mxGeometry relative="1" as="geometry" /></mxCell>
        <mxCell id="ee2" style="edgeStyle=orthogonalEdgeStyle;rounded=0;" edge="1" parent="1" source="e_n2" target="e_n3"><mxGeometry relative="1" as="geometry" /></mxCell>
-         <mxCell id="ee3" style="edgeStyle=orthogonalEdgeStyle;rounded=0;" edge="1" parent="1" source="e_n3" target="e_n4"><mxGeometry relative="1" as="geometry" /></mxCell>
+         <mxCell id="ee2b" style="edgeStyle=orthogonalEdgeStyle;rounded=0;" edge="1" parent="1" source="e_n3" target="e_n3b"><mxGeometry relative="1" as="geometry" /></mxCell>
+         <mxCell id="ee3" style="edgeStyle=orthogonalEdgeStyle;rounded=0;" edge="1" parent="1" source="e_n3b" target="e_n4"><mxGeometry relative="1" as="geometry" /></mxCell>
        <mxCell id="ee4" style="edgeStyle=orthogonalEdgeStyle;rounded=0;" edge="1" parent="1" source="e_n4" target="e_n5"><mxGeometry relative="1" as="geometry" /></mxCell>
        <mxCell id="ee5" style="edgeStyle=orthogonalEdgeStyle;rounded=0;" edge="1" parent="1" source="e_n5" target="e_d0"><mxGeometry relative="1" as="geometry" /></mxCell>
        <mxCell id="ee6" value="Nao" style="edgeStyle=orthogonalEdgeStyle;rounded=0;fontSize=11;" edge="1" parent="1" source="e_d0" target="e_bstop"><mxGeometry relative="1" as="geometry" /></mxCell>
        <mxCell id="ee7" value="Sim" style="edgeStyle=orthogonalEdgeStyle;rounded=0;fontSize=11;" edge="1" parent="1" source="e_d0" target="e_note1"><mxGeometry relative="1" as="geometry" /></mxCell>
        <mxCell id="ee8" style="edgeStyle=orthogonalEdgeStyle;rounded=0;" edge="1" parent="1" source="e_note1" target="e_n6"><mxGeometry relative="1" as="geometry" /></mxCell>
        <mxCell id="ee9" style="edgeStyle=orthogonalEdgeStyle;rounded=0;" edge="1" parent="1" source="e_n6" target="e_d1"><mxGeometry relative="1" as="geometry" /></mxCell>
        <mxCell id="ee10" value="Nao" style="edgeStyle=orthogonalEdgeStyle;rounded=0;fontSize=11;" edge="1" parent="1" source="e_d1" target="e_n7"><mxGeometry relative="1" as="geometry" /></mxCell>
        <mxCell id="ee11" value="Sim" style="edgeStyle=orthogonalEdgeStyle;rounded=0;fontSize=11;" edge="1" parent="1" source="e_d1" target="e_n8"><mxGeometry relative="1" as="geometry" /></mxCell>
        <mxCell id="ee12" style="edgeStyle=orthogonalEdgeStyle;rounded=0;" edge="1" parent="1" source="e_n8" target="e_n9"><mxGeometry relative="1" as="geometry" /></mxCell>
        <mxCell id="ee13" value="proximo requisito" style="edgeStyle=orthogonalEdgeStyle;rounded=0;fontSize=10;exitX=0;exitY=0;entryX=0;entryY=0.5;dashed=1;" edge="1" parent="1" source="e_n9" target="e_note1"><mxGeometry relative="1" as="geometry" /></mxCell>
        <mxCell id="ee14" value="todos requisitos processados" style="edgeStyle=orthogonalEdgeStyle;rounded=0;fontSize=10;" edge="1" parent="1" source="e_n9" target="e_n10"><mxGeometry relative="1" as="geometry" /></mxCell>
        <mxCell id="ee15" style="edgeStyle=orthogonalEdgeStyle;rounded=0;" edge="1" parent="1" source="e_n10" target="e_n11"><mxGeometry relative="1" as="geometry" /></mxCell>
        <mxCell id="ee16" style="edgeStyle=orthogonalEdgeStyle;rounded=0;" edge="1" parent="1" source="e_n11" target="e_n12"><mxGeometry relative="1" as="geometry" /></mxCell>
        <mxCell id="ee17" style="edgeStyle=orthogonalEdgeStyle;rounded=0;" edge="1" parent="1" source="e_n12" target="e_d2"><mxGeometry relative="1" as="geometry" /></mxCell>
        <mxCell id="ee18" value="Nao" style="edgeStyle=orthogonalEdgeStyle;rounded=0;fontSize=11;" edge="1" parent="1" source="e_d2" target="e_bno"><mxGeometry relative="1" as="geometry" /></mxCell>
        <mxCell id="ee19" value="Sim" style="edgeStyle=orthogonalEdgeStyle;rounded=0;fontSize=11;" edge="1" parent="1" source="e_d2" target="e_n13"><mxGeometry relative="1" as="geometry" /></mxCell>
        <mxCell id="ee20" style="edgeStyle=orthogonalEdgeStyle;rounded=0;" edge="1" parent="1" source="e_n13" target="e_d3"><mxGeometry relative="1" as="geometry" /></mxCell>
        <mxCell id="ee21" value="Sim" style="edgeStyle=orthogonalEdgeStyle;rounded=0;fontSize=11;" edge="1" parent="1" source="e_d3" target="e_n14"><mxGeometry relative="1" as="geometry" /></mxCell>
        <mxCell id="ee22" value="Nao" style="edgeStyle=orthogonalEdgeStyle;rounded=0;fontSize=11;exitX=0;exitY=0.5;entryX=0;entryY=0.5;" edge="1" parent="1" source="e_d3" target="e_end"><mxGeometry relative="1" as="geometry" /></mxCell>
        <mxCell id="ee23" style="edgeStyle=orthogonalEdgeStyle;rounded=0;" edge="1" parent="1" source="e_n14" target="e_n15"><mxGeometry relative="1" as="geometry" /></mxCell>
        <mxCell id="ee24" style="edgeStyle=orthogonalEdgeStyle;rounded=0;" edge="1" parent="1" source="e_n15" target="e_end"><mxGeometry relative="1" as="geometry" /></mxCell>
      </root>
    </mxGraphModel>
  </diagram>

  <diagram id="refinamento" name="4 - Ciclo de refinamento humano-no-loop">
    <mxGraphModel dx="1200" dy="800" grid="1" gridSize="10" guides="1" tooltips="1" connect="1" arrows="1" fold="1" page="1" pageScale="1" pageWidth="1000" pageHeight="1200" math="0" shadow="0">
      <root>
        <mxCell id="0" />
        <mxCell id="1" parent="0" />

        <mxCell id="r_n1" value="review_story / review_epic reprova" style="ellipse;whiteSpace=wrap;fillColor=#d5e8d4;strokeColor=#82b366;fontSize=12;" vertex="1" parent="1">
          <mxGeometry x="380" y="40" width="320" height="50" as="geometry" />
        </mxCell>
        <mxCell id="r_n2" value="review_notes: apontamentos concretos&#10;(ex.: criterio nao cobre caso de erro X)" style="rounded=1;whiteSpace=wrap;fillColor=#dae8fc;strokeColor=#6c8ebf;fontSize=12;" vertex="1" parent="1">
          <mxGeometry x="380" y="120" width="320" height="50" as="geometry" />
        </mxCell>
        <mxCell id="r_n3" value="generate_clarifying_questions&#10;(LLM gerador - mistral)" style="rounded=1;whiteSpace=wrap;fillColor=#dae8fc;strokeColor=#6c8ebf;fontSize=12;" vertex="1" parent="1">
          <mxGeometry x="380" y="200" width="320" height="50" as="geometry" />
        </mxCell>
        <mxCell id="r_n4" value="Perguntas apresentadas no terminal&#10;(run.py --refinar)" style="rounded=1;whiteSpace=wrap;fillColor=#dae8fc;strokeColor=#6c8ebf;fontSize=12;" vertex="1" parent="1">
          <mxGeometry x="380" y="280" width="320" height="50" as="geometry" />
        </mxCell>
        <mxCell id="r_n5" value="Humano responde&#10;(contexto real - nao o LLM&#10;adivinhando sozinho)" style="rounded=1;whiteSpace=wrap;fillColor=#fff2cc;strokeColor=#d6b656;fontSize=12;fontStyle=1;" vertex="1" parent="1">
          <mxGeometry x="380" y="360" width="320" height="60" as="geometry" />
        </mxCell>
        <mxCell id="r_n6" value="refine_story: reescreve description,&#10;business_rules e acceptance_criteria" style="rounded=1;whiteSpace=wrap;fillColor=#dae8fc;strokeColor=#6c8ebf;fontSize=12;" vertex="1" parent="1">
          <mxGeometry x="380" y="450" width="320" height="50" as="geometry" />
        </mxCell>
        <mxCell id="r_n7" value="Revalida: validate_story + review_story" style="rounded=1;whiteSpace=wrap;fillColor=#dae8fc;strokeColor=#6c8ebf;fontSize=12;" vertex="1" parent="1">
          <mxGeometry x="380" y="530" width="320" height="50" as="geometry" />
        </mxCell>
        <mxCell id="r_d1" value="Aprovado&#10;agora?" style="rhombus;whiteSpace=wrap;fillColor=#ffe6cc;strokeColor=#d79b00;fontSize=12;" vertex="1" parent="1">
          <mxGeometry x="380" y="610" width="320" height="100" as="geometry" />
        </mxCell>
        <mxCell id="r_n8" value="Aceite humano explicito&#10;(status -&gt; ACCEPTED)" style="rounded=1;whiteSpace=wrap;fillColor=#d5e8d4;strokeColor=#82b366;fontSize=12;fontStyle=1;" vertex="1" parent="1">
          <mxGeometry x="380" y="740" width="320" height="50" as="geometry" />
        </mxCell>
        <mxCell id="r_n9" value="diff_story_versions:&#10;changelog (regras/criterios novos&#10;vs. descontinuados)" style="rounded=1;whiteSpace=wrap;fillColor=#dae8fc;strokeColor=#6c8ebf;fontSize=12;" vertex="1" parent="1">
          <mxGeometry x="380" y="820" width="320" height="60" as="geometry" />
        </mxCell>
        <mxCell id="r_d2" value="Origem era&#10;ticket Jira?" style="rhombus;whiteSpace=wrap;fillColor=#ffe6cc;strokeColor=#d79b00;fontSize=12;" vertex="1" parent="1">
          <mxGeometry x="380" y="910" width="320" height="100" as="geometry" />
        </mxCell>
        <mxCell id="r_n10" value="Pergunta se persiste no ticket&#10;-&gt; update_jira_issue" style="rounded=1;whiteSpace=wrap;fillColor=#dae8fc;strokeColor=#6c8ebf;fontSize=12;" vertex="1" parent="1">
          <mxGeometry x="380" y="1040" width="320" height="60" as="geometry" />
        </mxCell>
        <mxCell id="r_end" value="Fim" style="ellipse;whiteSpace=wrap;fillColor=#d5e8d4;strokeColor=#82b366;fontSize=12;" vertex="1" parent="1">
          <mxGeometry x="380" y="1130" width="320" height="50" as="geometry" />
        </mxCell>

        <mxCell id="re1" style="edgeStyle=orthogonalEdgeStyle;rounded=0;" edge="1" parent="1" source="r_n1" target="r_n2"><mxGeometry relative="1" as="geometry" /></mxCell>
        <mxCell id="re2" style="edgeStyle=orthogonalEdgeStyle;rounded=0;" edge="1" parent="1" source="r_n2" target="r_n3"><mxGeometry relative="1" as="geometry" /></mxCell>
        <mxCell id="re3" style="edgeStyle=orthogonalEdgeStyle;rounded=0;" edge="1" parent="1" source="r_n3" target="r_n4"><mxGeometry relative="1" as="geometry" /></mxCell>
        <mxCell id="re4" style="edgeStyle=orthogonalEdgeStyle;rounded=0;" edge="1" parent="1" source="r_n4" target="r_n5"><mxGeometry relative="1" as="geometry" /></mxCell>
        <mxCell id="re5" style="edgeStyle=orthogonalEdgeStyle;rounded=0;" edge="1" parent="1" source="r_n5" target="r_n6"><mxGeometry relative="1" as="geometry" /></mxCell>
        <mxCell id="re6" style="edgeStyle=orthogonalEdgeStyle;rounded=0;" edge="1" parent="1" source="r_n6" target="r_n7"><mxGeometry relative="1" as="geometry" /></mxCell>
        <mxCell id="re7" style="edgeStyle=orthogonalEdgeStyle;rounded=0;" edge="1" parent="1" source="r_n7" target="r_d1"><mxGeometry relative="1" as="geometry" /></mxCell>
        <mxCell id="re8" value="Nao (novo ciclo com&#10;novos review_notes)" style="edgeStyle=orthogonalEdgeStyle;rounded=0;fontSize=10;exitX=1;exitY=0.5;entryX=1;entryY=0.5;" edge="1" parent="1" source="r_d1" target="r_n3"><mxGeometry relative="1" as="geometry" /></mxCell>
        <mxCell id="re9" value="Sim" style="edgeStyle=orthogonalEdgeStyle;rounded=0;fontSize=11;" edge="1" parent="1" source="r_d1" target="r_n8"><mxGeometry relative="1" as="geometry" /></mxCell>
        <mxCell id="re10" style="edgeStyle=orthogonalEdgeStyle;rounded=0;" edge="1" parent="1" source="r_n8" target="r_n9"><mxGeometry relative="1" as="geometry" /></mxCell>
        <mxCell id="re11" style="edgeStyle=orthogonalEdgeStyle;rounded=0;" edge="1" parent="1" source="r_n9" target="r_d2"><mxGeometry relative="1" as="geometry" /></mxCell>
        <mxCell id="re12" value="Sim" style="edgeStyle=orthogonalEdgeStyle;rounded=0;fontSize=11;" edge="1" parent="1" source="r_d2" target="r_n10"><mxGeometry relative="1" as="geometry" /></mxCell>
        <mxCell id="re13" value="Nao" style="edgeStyle=orthogonalEdgeStyle;rounded=0;fontSize=11;exitX=0;exitY=0.5;entryX=0;entryY=0.5;" edge="1" parent="1" source="r_d2" target="r_end"><mxGeometry relative="1" as="geometry" /></mxCell>
        <mxCell id="re14" style="edgeStyle=orthogonalEdgeStyle;rounded=0;" edge="1" parent="1" source="r_n10" target="r_end"><mxGeometry relative="1" as="geometry" /></mxCell>
      </root>
    </mxGraphModel>
  </diagram>

  <diagram id="integracoes" name="5 - Integracoes externas">
    <mxGraphModel dx="1200" dy="800" grid="1" gridSize="10" guides="1" tooltips="1" connect="1" arrows="1" fold="1" page="1" pageScale="1" pageWidth="1120" pageHeight="880" math="0" shadow="0">
      <root>
        <mxCell id="0" />
        <mxCell id="1" parent="0" />

        <mxCell id="i_center" value="Agente&#10;(src/aqua_qe_product_owner/)" style="rounded=1;whiteSpace=wrap;fillColor=#dae8fc;strokeColor=#6c8ebf;fontSize=13;fontStyle=1;" vertex="1" parent="1">
          <mxGeometry x="440" y="440" width="280" height="80" as="geometry" />
        </mxCell>
        <mxCell id="i_ollama" value="Ollama local&#10;(host: OLLAMA_BASE_URL)&#10;&#10;mistral - gerador&#10;phi4 - revisor independente&#10;bge-m3 - embeddings" style="rounded=1;whiteSpace=wrap;fillColor=#ffe6cc;strokeColor=#d79b00;fontSize=11;" vertex="1" parent="1">
          <mxGeometry x="80" y="120" width="320" height="140" as="geometry" />
        </mxCell>
        <mxCell id="i_qdrant" value="Qdrant embarcado&#10;(.data/qdrant/, sem servidor)" style="rounded=1;whiteSpace=wrap;fillColor=#ffe6cc;strokeColor=#d79b00;fontSize=11;" vertex="1" parent="1">
          <mxGeometry x="760" y="120" width="300" height="100" as="geometry" />
        </mxCell>
        <mxCell id="i_jira" value="Jira Cloud&#10;REST API v3&#10;Basic Auth (e-mail + API token)&#10;leitura / escrita / criacao" style="rounded=1;whiteSpace=wrap;fillColor=#ffe6cc;strokeColor=#d79b00;fontSize=11;" vertex="1" parent="1">
          <mxGeometry x="80" y="680" width="320" height="120" as="geometry" />
        </mxCell>
        <mxCell id="i_confluence" value="Confluence Cloud&#10;REST API v1&#10;(mesmas credenciais do Jira)&#10;leitura de pagina" style="rounded=1;whiteSpace=wrap;fillColor=#ffe6cc;strokeColor=#d79b00;fontSize=11;" vertex="1" parent="1">
          <mxGeometry x="760" y="680" width="300" height="120" as="geometry" />
        </mxCell>

        <mxCell id="ie1" value="llm_service /&#10;embedding_service" style="edgeStyle=orthogonalEdgeStyle;rounded=0;fontSize=10;" edge="1" parent="1" source="i_center" target="i_ollama"><mxGeometry relative="1" as="geometry" /></mxCell>
        <mxCell id="ie2" value="rag_service" style="edgeStyle=orthogonalEdgeStyle;rounded=0;fontSize=10;" edge="1" parent="1" source="i_center" target="i_qdrant"><mxGeometry relative="1" as="geometry" /></mxCell>
        <mxCell id="ie3" value="jira_service" style="edgeStyle=orthogonalEdgeStyle;rounded=0;fontSize=10;" edge="1" parent="1" source="i_center" target="i_jira"><mxGeometry relative="1" as="geometry" /></mxCell>
        <mxCell id="ie4" value="confluence_service" style="edgeStyle=orthogonalEdgeStyle;rounded=0;fontSize=10;" edge="1" parent="1" source="i_center" target="i_confluence"><mxGeometry relative="1" as="geometry" /></mxCell>
      </root>
    </mxGraphModel>
  </diagram>
</mxfile>
